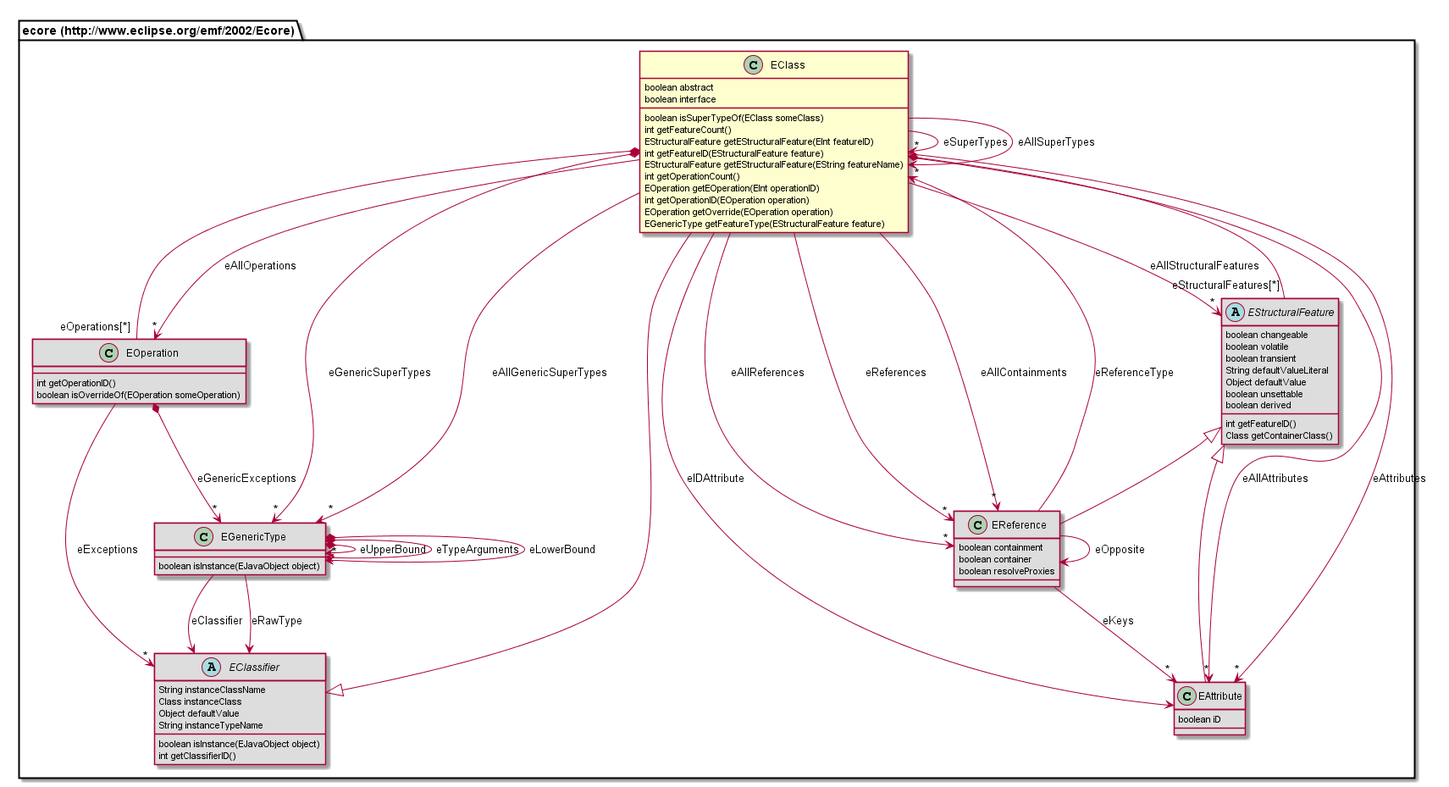
Nasdanika/codegen keeps this PlantUML diagram as org.nasdanika.codegen.editor/doc/model/687474703a2f2f7777772e65636c697073652e6f72672f656d662f323030322f45636f7265/EClass.png. Above is the earlier version.
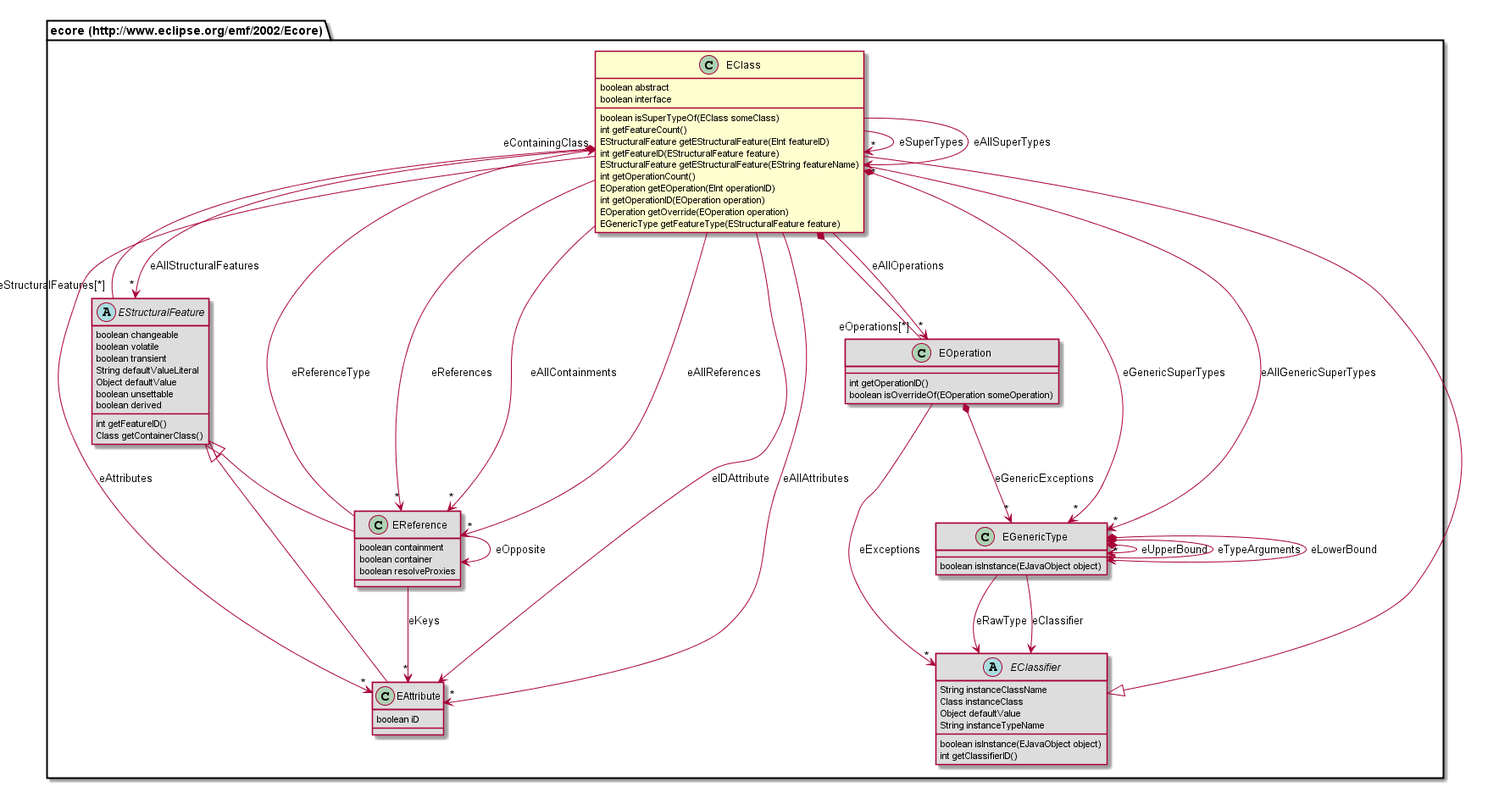
Above is the later version.

What changed in the source:
```diff
@@ -13,17 +13,8 @@
 	EOperation getOverride(EOperation operation)
 	EGenericType getFeatureType(EStructuralFeature feature)
 }
-class "ecore (http://www.eclipse.org/emf/2002/Ecore).EGenericType" #DDDDDD {
-	boolean isInstance(EJavaObject object)
-}
-class "ecore (http://www.eclipse.org/emf/2002/Ecore).EOperation" #DDDDDD {
-	int getOperationID()
-	boolean isOverrideOf(EOperation someOperation)
-}
-class "ecore (http://www.eclipse.org/emf/2002/Ecore).EReference" #DDDDDD {
-	boolean containment
-	boolean container
-	boolean resolveProxies
+class "ecore (http://www.eclipse.org/emf/2002/Ecore).EAttribute" #DDDDDD {
+	boolean iD
 }
 abstract class "ecore (http://www.eclipse.org/emf/2002/Ecore).EStructuralFeature" #DDDDDD {
 	boolean changeable
@@ -36,6 +27,14 @@
 	int getFeatureID()
 	Class getContainerClass()
 }
+class "ecore (http://www.eclipse.org/emf/2002/Ecore).EGenericType" #DDDDDD {
+	boolean isInstance(EJavaObject object)
+}
+class "ecore (http://www.eclipse.org/emf/2002/Ecore).EReference" #DDDDDD {
+	boolean containment
+	boolean container
+	boolean resolveProxies
+}
 abstract class "ecore (http://www.eclipse.org/emf/2002/Ecore).EClassifier" #DDDDDD {
 	String instanceClassName
 	Class instanceClass
@@ -44,17 +43,22 @@
 	boolean isInstance(EJavaObject object)
 	int getClassifierID()
 }
-class "ecore (http://www.eclipse.org/emf/2002/Ecore).EAttribute" #DDDDDD {
-	boolean iD
+class "ecore (http://www.eclipse.org/emf/2002/Ecore).EOperation" #DDDDDD {
+	int getOperationID()
+	boolean isOverrideOf(EOperation someOperation)
 }
+"ecore (http://www.eclipse.org/emf/2002/Ecore).EStructuralFeature" <|-- "ecore (http://www.eclipse.org/emf/2002/Ecore).EAttribute"
+"ecore (http://www.eclipse.org/emf/2002/Ecore).EStructuralFeature" <|-- "ecore (http://www.eclipse.org/emf/2002/Ecore).EReference"
 "ecore (http://www.eclipse.org/emf/2002/Ecore).EClassifier" <|-- "ecore (http://www.eclipse.org/emf/2002/Ecore).EClass"
-"ecore (http://www.eclipse.org/emf/2002/Ecore).EStructuralFeature" <|-- "ecore (http://www.eclipse.org/emf/2002/Ecore).EReference"
-"ecore (http://www.eclipse.org/emf/2002/Ecore).EStructuralFeature" <|-- "ecore (http://www.eclipse.org/emf/2002/Ecore).EAttribute"
+"ecore (http://www.eclipse.org/emf/2002/Ecore).EStructuralFeature" "eStructuralFeatures[*]" --* "eContainingClass" "ecore (http://www.eclipse.org/emf/2002/Ecore).EClass"
 "ecore (http://www.eclipse.org/emf/2002/Ecore).EGenericType" *--> "ecore (http://www.eclipse.org/emf/2002/Ecore).EGenericType" : eUpperBound
 "ecore (http://www.eclipse.org/emf/2002/Ecore).EGenericType" *--> "*" "ecore (http://www.eclipse.org/emf/2002/Ecore).EGenericType" : eTypeArguments
 "ecore (http://www.eclipse.org/emf/2002/Ecore).EGenericType" --> "ecore (http://www.eclipse.org/emf/2002/Ecore).EClassifier" : eRawType
 "ecore (http://www.eclipse.org/emf/2002/Ecore).EGenericType" *--> "ecore (http://www.eclipse.org/emf/2002/Ecore).EGenericType" : eLowerBound
 "ecore (http://www.eclipse.org/emf/2002/Ecore).EGenericType" --> "ecore (http://www.eclipse.org/emf/2002/Ecore).EClassifier" : eClassifier
+"ecore (http://www.eclipse.org/emf/2002/Ecore).EReference" --> "ecore (http://www.eclipse.org/emf/2002/Ecore).EReference" : eOpposite
+"ecore (http://www.eclipse.org/emf/2002/Ecore).EReference" --> "ecore (http://www.eclipse.org/emf/2002/Ecore).EClass" : eReferenceType
+"ecore (http://www.eclipse.org/emf/2002/Ecore).EReference" --> "*" "ecore (http://www.eclipse.org/emf/2002/Ecore).EAttribute" : eKeys
 "ecore (http://www.eclipse.org/emf/2002/Ecore).EClass" --> "*" "ecore (http://www.eclipse.org/emf/2002/Ecore).EClass" : eSuperTypes
 "ecore (http://www.eclipse.org/emf/2002/Ecore).EClass" *-- "eOperations[*]" "ecore (http://www.eclipse.org/emf/2002/Ecore).EOperation"
 "ecore (http://www.eclipse.org/emf/2002/Ecore).EClass" --> "*" "ecore (http://www.eclipse.org/emf/2002/Ecore).EAttribute" : eAllAttributes
@@ -66,12 +70,8 @@
 "ecore (http://www.eclipse.org/emf/2002/Ecore).EClass" --> "*" "ecore (http://www.eclipse.org/emf/2002/Ecore).EStructuralFeature" : eAllStructuralFeatures
 "ecore (http://www.eclipse.org/emf/2002/Ecore).EClass" --> "*" "ecore (http://www.eclipse.org/emf/2002/Ecore).EClass" : eAllSuperTypes
 "ecore (http://www.eclipse.org/emf/2002/Ecore).EClass" --> "ecore (http://www.eclipse.org/emf/2002/Ecore).EAttribute" : eIDAttribute
-"ecore (http://www.eclipse.org/emf/2002/Ecore).EClass" *-- "eStructuralFeatures[*]" "ecore (http://www.eclipse.org/emf/2002/Ecore).EStructuralFeature"
 "ecore (http://www.eclipse.org/emf/2002/Ecore).EClass" *--> "*" "ecore (http://www.eclipse.org/emf/2002/Ecore).EGenericType" : eGenericSuperTypes
 "ecore (http://www.eclipse.org/emf/2002/Ecore).EClass" --> "*" "ecore (http://www.eclipse.org/emf/2002/Ecore).EGenericType" : eAllGenericSuperTypes
 "ecore (http://www.eclipse.org/emf/2002/Ecore).EOperation" --> "*" "ecore (http://www.eclipse.org/emf/2002/Ecore).EClassifier" : eExceptions
 "ecore (http://www.eclipse.org/emf/2002/Ecore).EOperation" *--> "*" "ecore (http://www.eclipse.org/emf/2002/Ecore).EGenericType" : eGenericExceptions
-"ecore (http://www.eclipse.org/emf/2002/Ecore).EReference" --> "ecore (http://www.eclipse.org/emf/2002/Ecore).EReference" : eOpposite
-"ecore (http://www.eclipse.org/emf/2002/Ecore).EReference" --> "ecore (http://www.eclipse.org/emf/2002/Ecore).EClass" : eReferenceType
-"ecore (http://www.eclipse.org/emf/2002/Ecore).EReference" --> "*" "ecore (http://www.eclipse.org/emf/2002/Ecore).EAttribute" : eKeys
 @enduml
```
